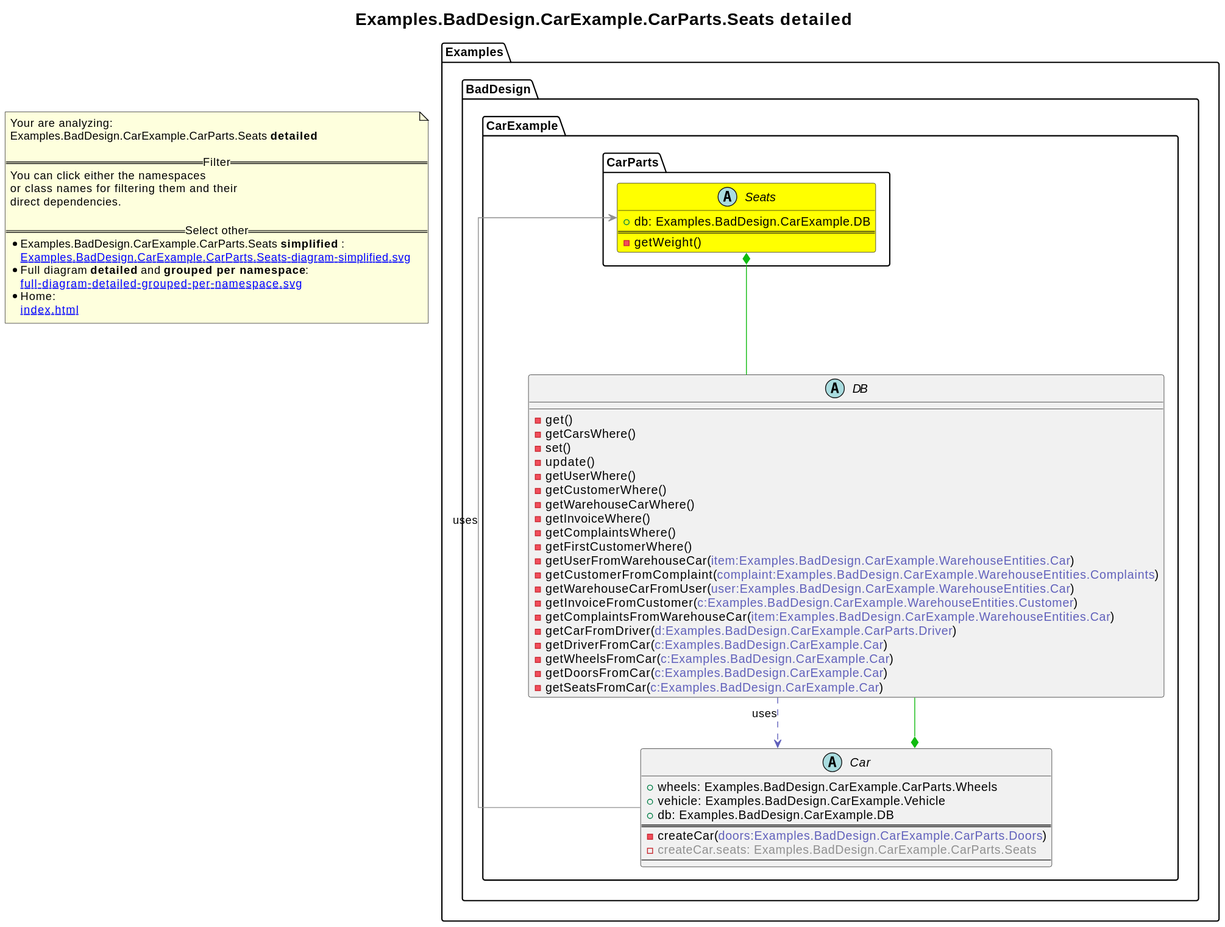
2BlackCoffees/revenger keeps this PlantUML diagram as revenger-csharp-adapter.out/Examples.BadDesign.CarExample.CarParts.Seats-diagram-detailed.svg. Above is the earlier version. Its diagram source:
```plantuml
@startuml
skinparam linetype ortho
title <size:20>Examples.BadDesign.CarExample.CarParts.Seats **detailed** </size>
note "Your are analyzing:\nExamples.BadDesign.CarExample.CarParts.Seats **detailed** \n\n==Filter==\nYou can click either the namespaces \nor class names for filtering them and their\ndirect dependencies.\n\n==Select other==\n* Examples.BadDesign.CarExample.CarParts.Seats **simplified** :\n   [[Examples.BadDesign.CarExample.CarParts.Seats-diagram-simplified.svg]]\n* Full diagram **detailed** and **grouped per namespace**:\n   [[full-diagram-detailed-grouped-per-namespace.svg]]\n* Home:\n   [[index.html]]" as FloatingNote
    abstract class Examples.BadDesign.CarExample.DB [[Examples.BadDesign.CarExample.DB-diagram-detailed.svg]]  {
      - get(<font color="6060BB"></font>)
      - getCarsWhere(<font color="6060BB"></font>)
      - set(<font color="6060BB"></font>)
      - update(<font color="6060BB"></font>)
      - getUserWhere(<font color="6060BB"></font>)
      - getCustomerWhere(<font color="6060BB"></font>)
      - getWarehouseCarWhere(<font color="6060BB"></font>)
      - getInvoiceWhere(<font color="6060BB"></font>)
      - getComplaintsWhere(<font color="6060BB"></font>)
      - getFirstCustomerWhere(<font color="6060BB"></font>)
      - getUserFromWarehouseCar(<font color="6060BB">item:Examples.BadDesign.CarExample.WarehouseEntities.Car</font>)
      - getCustomerFromComplaint(<font color="6060BB">complaint:Examples.BadDesign.CarExample.WarehouseEntities.Complaints</font>)
      - getWarehouseCarFromUser(<font color="6060BB">user:Examples.BadDesign.CarExample.WarehouseEntities.Car</font>)
      - getInvoiceFromCustomer(<font color="6060BB">c:Examples.BadDesign.CarExample.WarehouseEntities.Customer</font>)
      - getComplaintsFromWarehouseCar(<font color="6060BB">item:Examples.BadDesign.CarExample.WarehouseEntities.Car</font>)
      - getCarFromDriver(<font color="6060BB">d:Examples.BadDesign.CarExample.CarParts.Driver</font>)
      - getDriverFromCar(<font color="6060BB">c:Examples.BadDesign.CarExample.Car</font>)
      - getWheelsFromCar(<font color="6060BB">c:Examples.BadDesign.CarExample.Car</font>)
      - getDoorsFromCar(<font color="6060BB">c:Examples.BadDesign.CarExample.Car</font>)
      - getSeatsFromCar(<font color="6060BB">c:Examples.BadDesign.CarExample.Car</font>)
    }
    abstract class Examples.BadDesign.CarExample.Car [[Examples.BadDesign.CarExample.Car-diagram-detailed.svg]]  {
      + wheels: Examples.BadDesign.CarExample.CarParts.Wheels
      + vehicle: Examples.BadDesign.CarExample.Vehicle
      + db: Examples.BadDesign.CarExample.DB
==
      - createCar(<font color="6060BB">doors:Examples.BadDesign.CarExample.CarParts.Doors</font>)
      - <font color="909090">createCar.seats: Examples.BadDesign.CarExample.CarParts.Seats</font>
--
    }
      abstract class Examples.BadDesign.CarExample.CarParts.Seats [[Examples.BadDesign.CarExample.CarParts.Seats-diagram-detailed.svg]] #yellow {
        + db: Examples.BadDesign.CarExample.DB
==
        - getWeight(<font color="6060BB"></font>)
      }
Examples.BadDesign.CarExample.DB .[#6060BB].> Examples.BadDesign.CarExample.Car  : uses
Examples.BadDesign.CarExample.Car *-[#10BB10]- Examples.BadDesign.CarExample.DB
Examples.BadDesign.CarExample.Car -[#909090]-> Examples.BadDesign.CarExample.CarParts.Seats  : uses
Examples.BadDesign.CarExample.CarParts.Seats *-[#10BB10]- Examples.BadDesign.CarExample.DB
@enduml
```
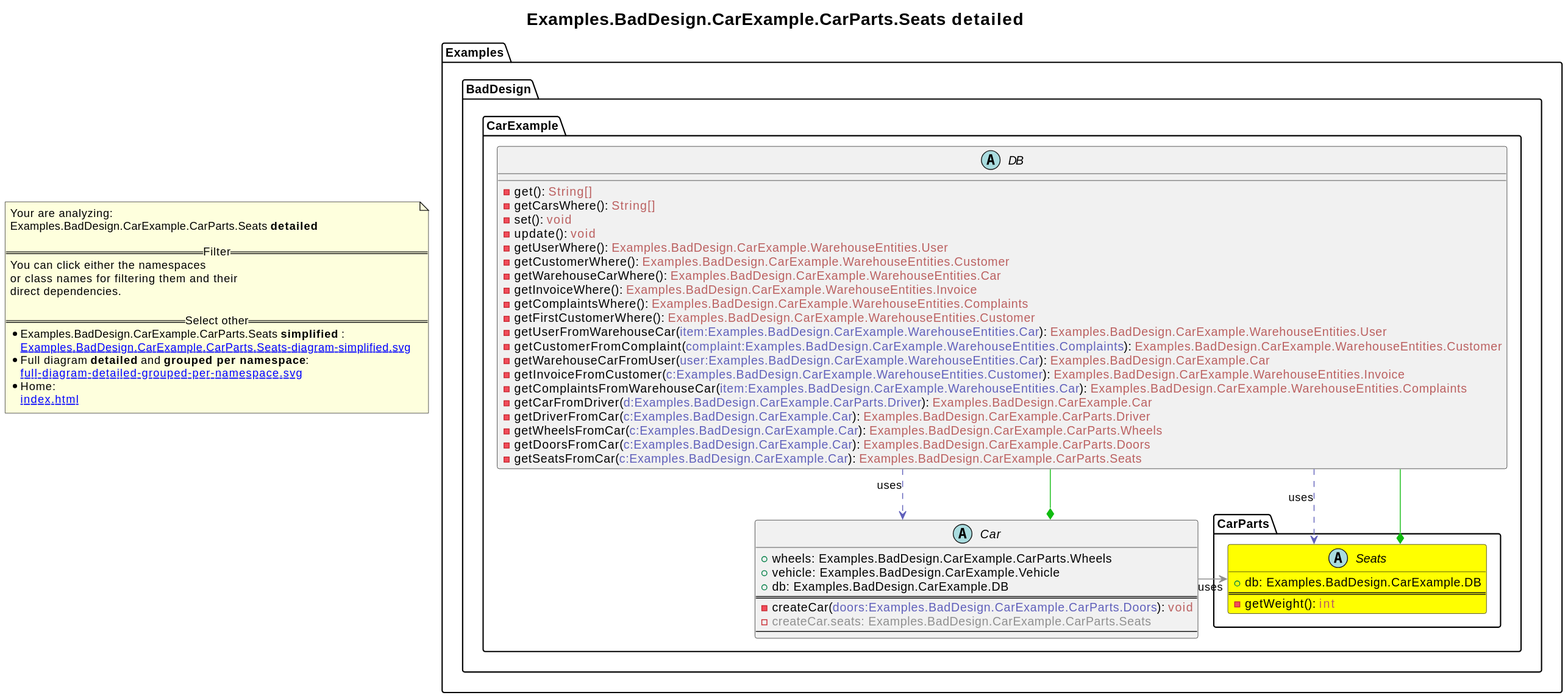
After the change.

What changed in the source:
```diff
@@ -3,42 +3,43 @@
 title <size:20>Examples.BadDesign.CarExample.CarParts.Seats **detailed** </size>
 note "Your are analyzing:\nExamples.BadDesign.CarExample.CarParts.Seats **detailed** \n\n==Filter==\nYou can click either the namespaces \nor class names for filtering them and their\ndirect dependencies.\n\n==Select other==\n* Examples.BadDesign.CarExample.CarParts.Seats **simplified** :\n   [[Examples.BadDesign.CarExample.CarParts.Seats-diagram-simplified.svg]]\n* Full diagram **detailed** and **grouped per namespace**:\n   [[full-diagram-detailed-grouped-per-namespace.svg]]\n* Home:\n   [[index.html]]" as FloatingNote
     abstract class Examples.BadDesign.CarExample.DB [[Examples.BadDesign.CarExample.DB-diagram-detailed.svg]]  {
-      - get(<font color="6060BB"></font>)
-      - getCarsWhere(<font color="6060BB"></font>)
-      - set(<font color="6060BB"></font>)
-      - update(<font color="6060BB"></font>)
-      - getUserWhere(<font color="6060BB"></font>)
-      - getCustomerWhere(<font color="6060BB"></font>)
-      - getWarehouseCarWhere(<font color="6060BB"></font>)
-      - getInvoiceWhere(<font color="6060BB"></font>)
-      - getComplaintsWhere(<font color="6060BB"></font>)
-      - getFirstCustomerWhere(<font color="6060BB"></font>)
-      - getUserFromWarehouseCar(<font color="6060BB">item:Examples.BadDesign.CarExample.WarehouseEntities.Car</font>)
-      - getCustomerFromComplaint(<font color="6060BB">complaint:Examples.BadDesign.CarExample.WarehouseEntities.Complaints</font>)
-      - getWarehouseCarFromUser(<font color="6060BB">user:Examples.BadDesign.CarExample.WarehouseEntities.Car</font>)
-      - getInvoiceFromCustomer(<font color="6060BB">c:Examples.BadDesign.CarExample.WarehouseEntities.Customer</font>)
-      - getComplaintsFromWarehouseCar(<font color="6060BB">item:Examples.BadDesign.CarExample.WarehouseEntities.Car</font>)
-      - getCarFromDriver(<font color="6060BB">d:Examples.BadDesign.CarExample.CarParts.Driver</font>)
-      - getDriverFromCar(<font color="6060BB">c:Examples.BadDesign.CarExample.Car</font>)
-      - getWheelsFromCar(<font color="6060BB">c:Examples.BadDesign.CarExample.Car</font>)
-      - getDoorsFromCar(<font color="6060BB">c:Examples.BadDesign.CarExample.Car</font>)
-      - getSeatsFromCar(<font color="6060BB">c:Examples.BadDesign.CarExample.Car</font>)
+      - get(<font color="6060BB"></font>): <font color="BB6060">String[]</font>
+      - getCarsWhere(<font color="6060BB"></font>): <font color="BB6060">String[]</font>
+      - set(<font color="6060BB"></font>): <font color="BB6060">void</font>
+      - update(<font color="6060BB"></font>): <font color="BB6060">void</font>
+      - getUserWhere(<font color="6060BB"></font>): <font color="BB6060">Examples.BadDesign.CarExample.WarehouseEntities.User</font>
+      - getCustomerWhere(<font color="6060BB"></font>): <font color="BB6060">Examples.BadDesign.CarExample.WarehouseEntities.Customer</font>
+      - getWarehouseCarWhere(<font color="6060BB"></font>): <font color="BB6060">Examples.BadDesign.CarExample.WarehouseEntities.Car</font>
+      - getInvoiceWhere(<font color="6060BB"></font>): <font color="BB6060">Examples.BadDesign.CarExample.WarehouseEntities.Invoice</font>
+      - getComplaintsWhere(<font color="6060BB"></font>): <font color="BB6060">Examples.BadDesign.CarExample.WarehouseEntities.Complaints</font>
+      - getFirstCustomerWhere(<font color="6060BB"></font>): <font color="BB6060">Examples.BadDesign.CarExample.WarehouseEntities.Customer</font>
+      - getUserFromWarehouseCar(<font color="6060BB">item:Examples.BadDesign.CarExample.WarehouseEntities.Car</font>): <font color="BB6060">Examples.BadDesign.CarExample.WarehouseEntities.User</font>
+      - getCustomerFromComplaint(<font color="6060BB">complaint:Examples.BadDesign.CarExample.WarehouseEntities.Complaints</font>): <font color="BB6060">Examples.BadDesign.CarExample.WarehouseEntities.Customer</font>
+      - getWarehouseCarFromUser(<font color="6060BB">user:Examples.BadDesign.CarExample.WarehouseEntities.Car</font>): <font color="BB6060">Examples.BadDesign.CarExample.Car</font>
+      - getInvoiceFromCustomer(<font color="6060BB">c:Examples.BadDesign.CarExample.WarehouseEntities.Customer</font>): <font color="BB6060">Examples.BadDesign.CarExample.WarehouseEntities.Invoice</font>
+      - getComplaintsFromWarehouseCar(<font color="6060BB">item:Examples.BadDesign.CarExample.WarehouseEntities.Car</font>): <font color="BB6060">Examples.BadDesign.CarExample.WarehouseEntities.Complaints</font>
+      - getCarFromDriver(<font color="6060BB">d:Examples.BadDesign.CarExample.CarParts.Driver</font>): <font color="BB6060">Examples.BadDesign.CarExample.Car</font>
+      - getDriverFromCar(<font color="6060BB">c:Examples.BadDesign.CarExample.Car</font>): <font color="BB6060">Examples.BadDesign.CarExample.CarParts.Driver</font>
+      - getWheelsFromCar(<font color="6060BB">c:Examples.BadDesign.CarExample.Car</font>): <font color="BB6060">Examples.BadDesign.CarExample.CarParts.Wheels</font>
+      - getDoorsFromCar(<font color="6060BB">c:Examples.BadDesign.CarExample.Car</font>): <font color="BB6060">Examples.BadDesign.CarExample.CarParts.Doors</font>
+      - getSeatsFromCar(<font color="6060BB">c:Examples.BadDesign.CarExample.Car</font>): <font color="BB6060">Examples.BadDesign.CarExample.CarParts.Seats</font>
     }
     abstract class Examples.BadDesign.CarExample.Car [[Examples.BadDesign.CarExample.Car-diagram-detailed.svg]]  {
       + wheels: Examples.BadDesign.CarExample.CarParts.Wheels
       + vehicle: Examples.BadDesign.CarExample.Vehicle
       + db: Examples.BadDesign.CarExample.DB
 ==
-      - createCar(<font color="6060BB">doors:Examples.BadDesign.CarExample.CarParts.Doors</font>)
+      - createCar(<font color="6060BB">doors:Examples.BadDesign.CarExample.CarParts.Doors</font>): <font color="BB6060">void</font>
       - <font color="909090">createCar.seats: Examples.BadDesign.CarExample.CarParts.Seats</font>
 --
     }
       abstract class Examples.BadDesign.CarExample.CarParts.Seats [[Examples.BadDesign.CarExample.CarParts.Seats-diagram-detailed.svg]] #yellow {
         + db: Examples.BadDesign.CarExample.DB
 ==
-        - getWeight(<font color="6060BB"></font>)
+        - getWeight(<font color="6060BB"></font>): <font color="BB6060">int</font>
       }
 Examples.BadDesign.CarExample.DB .[#6060BB].> Examples.BadDesign.CarExample.Car  : uses
+Examples.BadDesign.CarExample.DB .[#6060BB].> Examples.BadDesign.CarExample.CarParts.Seats  : uses
 Examples.BadDesign.CarExample.Car *-[#10BB10]- Examples.BadDesign.CarExample.DB
 Examples.BadDesign.CarExample.Car -[#909090]-> Examples.BadDesign.CarExample.CarParts.Seats  : uses
 Examples.BadDesign.CarExample.CarParts.Seats *-[#10BB10]- Examples.BadDesign.CarExample.DB
```
